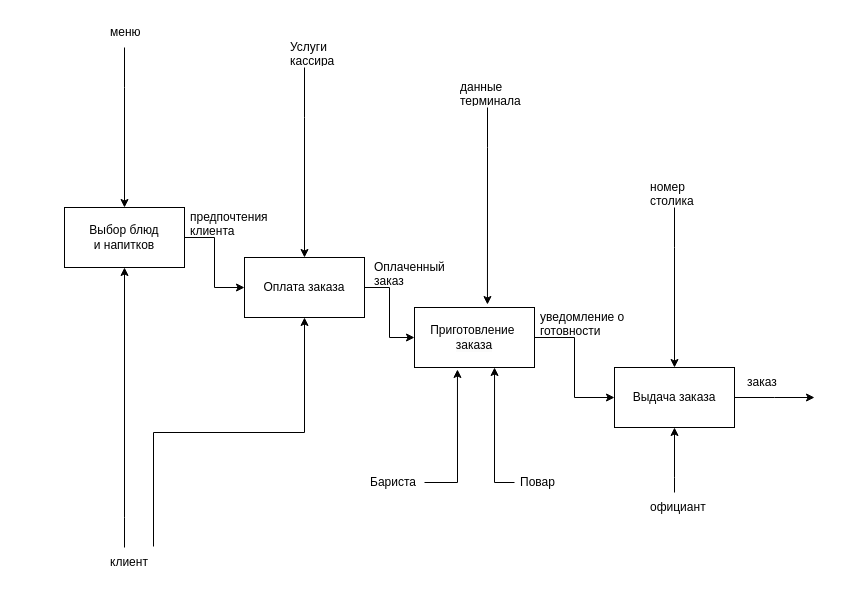
The draw.io diagram coffee_idef0.drawio in o0David0o/idef0, before the edit. Source tidied: cells renumbered, new cells numbered last; positions are measured from the earlier drawing's top-left corner, leaving out a move shared by most shapes. Both pictures are drawn from the tidied source at 100%, with x=0, y=0 at pixel (64, 17).
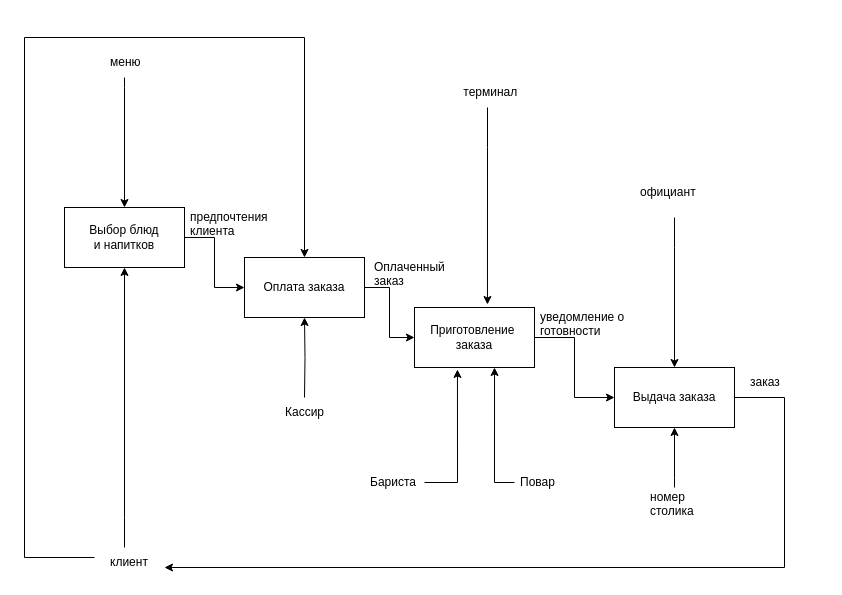
After the change.

Unchanged cells that the change refers to:
```xml
<mxCell id="3" value="Выбор блюд&lt;br&gt;&lt;font&gt;и напитков&lt;/font&gt;" style="rounded=0;whiteSpace=wrap;html=1;" parent="1" vertex="1">
  <mxGeometry y="190" width="120" height="60" as="geometry" />
</mxCell>
<mxCell id="6" value="клиент" style="text;strokeColor=none;fillColor=none;align=left;verticalAlign=middle;spacingLeft=4;spacingRight=4;overflow=hidden;points=[[0,0.5],[1,0.5]];portConstraint=eastwest;whiteSpace=wrap;html=1;" parent="1" vertex="1">
  <mxGeometry x="40" y="530" width="50" height="30" as="geometry" />
</mxCell>
<mxCell id="10" value="Оплата заказа" style="rounded=0;whiteSpace=wrap;html=1;" parent="1" vertex="1">
  <mxGeometry x="180" y="240" width="120" height="60" as="geometry" />
</mxCell>
<mxCell id="15" value="&lt;font&gt;Приготовление&amp;nbsp;&lt;br&gt;&lt;span style=&quot;color: rgb(0, 0, 0); font-family: Helvetica; font-size: 12px; font-style: normal; font-variant-ligatures: normal; font-variant-caps: normal; font-weight: 400; letter-spacing: normal; orphans: 2; text-align: center; text-indent: 0px; text-transform: none; widows: 2; word-spacing: 0px; -webkit-text-stroke-width: 0px; background-color: rgb(251, 251, 251); text-decoration-thickness: initial; text-decoration-style: initial; text-decoration-color: initial; float: none; display: inline !important;&quot;&gt;заказа&lt;/span&gt;&lt;/font&gt;" style="rounded=0;whiteSpace=wrap;html=1;" parent="1" vertex="1">
  <mxGeometry x="350" y="290" width="120" height="60" as="geometry" />
</mxCell>
<mxCell id="24" value="Выдача заказа" style="rounded=0;whiteSpace=wrap;html=1;" parent="1" vertex="1">
  <mxGeometry x="550" y="350" width="120" height="60" as="geometry" />
</mxCell>
```

Change to the diagram source:
```diff
@@
-    <mxCell id="4" style="edgeStyle=orthogonalEdgeStyle;rounded=0;jettySize=auto;html=1;entryX=0.5;entryY=1;entryDx=0;entryDy=0;" parent="1" edge="1" target="3">
-      <mxGeometry relative="1" as="geometry">
-        <mxPoint x="60" y="530" as="sourcePoint" />
-        <Array as="points">
-          <mxPoint x="60" y="500" />
-          <mxPoint x="60" y="500" />
-        </Array>
-      </mxGeometry>
-    </mxCell>
-    <mxCell id="5" style="edgeStyle=orthogonalEdgeStyle;rounded=0;jettySize=auto;html=1;entryX=0.5;entryY=1;entryDx=0;entryDy=0;exitX=0.98;exitY=-0.033;exitDx=0;exitDy=0;exitPerimeter=0;" parent="1" edge="1" source="6" target="10">
-      <mxGeometry relative="1" as="geometry" />
-    </mxCell>
+    <mxCell id="31" style="edgeStyle=orthogonalEdgeStyle;rounded=0;jettySize=auto;html=1;entryX=0.5;entryY=1;entryDx=0;entryDy=0;" parent="1" edge="1" target="3">
+      <mxGeometry relative="1" as="geometry">
+        <mxPoint x="60" y="530" as="sourcePoint" />
+        <Array as="points">
+          <mxPoint x="60" y="500" />
+          <mxPoint x="60" y="500" />
+        </Array>
+      </mxGeometry>
+    </mxCell>
+    <mxCell id="32" style="edgeStyle=orthogonalEdgeStyle;rounded=0;jettySize=auto;html=1;entryX=0.5;entryY=1;entryDx=0;entryDy=0;" parent="1" edge="1" target="10">
+      <mxGeometry relative="1" as="geometry">
+        <mxPoint x="240" y="380" as="sourcePoint" />
+      </mxGeometry>
+    </mxCell>
@@
-    <mxCell id="7" style="edgeStyle=orthogonalEdgeStyle;rounded=0;jettySize=auto;html=1;entryX=0.5;entryY=0;entryDx=0;entryDy=0;" parent="1" edge="1" source="8" target="3">
-      <mxGeometry relative="1" as="geometry">
-        <Array as="points">
-          <mxPoint x="60" y="70" />
-          <mxPoint x="60" y="70" />
-        </Array>
-      </mxGeometry>
-    </mxCell>
+    <mxCell id="33" style="edgeStyle=orthogonalEdgeStyle;rounded=0;jettySize=auto;html=1;entryX=0.5;entryY=0;entryDx=0;entryDy=0;" parent="1" edge="1" target="3">
+      <mxGeometry relative="1" as="geometry">
+        <mxPoint x="60" y="60" as="sourcePoint" />
+        <Array as="points">
+          <mxPoint x="60" y="70" />
+          <mxPoint x="60" y="70" />
+        </Array>
+      </mxGeometry>
+    </mxCell>
     <mxCell id="8" value="меню" style="text;strokeColor=none;fillColor=none;align=left;verticalAlign=middle;spacingLeft=4;spacingRight=4;overflow=hidden;points=[[0,0.5],[1,0.5]];portConstraint=eastwest;whiteSpace=wrap;html=1;" parent="1" vertex="1">
-      <mxGeometry x="40" width="80" height="30" as="geometry" />
+      <mxGeometry x="40" y="30" width="80" height="30" as="geometry" />
     </mxCell>
@@
-    <mxCell id="12" style="edgeStyle=orthogonalEdgeStyle;rounded=0;jettySize=auto;html=1;" parent="1" edge="1" source="13" target="10">
-      <mxGeometry relative="1" as="geometry">
-        <Array as="points">
-          <mxPoint x="240" y="100" />
-          <mxPoint x="240" y="100" />
-        </Array>
-      </mxGeometry>
-    </mxCell>
-    <mxCell id="13" value="Услуги кассира" style="text;strokeColor=none;fillColor=none;align=left;verticalAlign=middle;spacingLeft=4;spacingRight=4;overflow=hidden;points=[[0,0.5],[1,0.5]];portConstraint=eastwest;whiteSpace=wrap;html=1;" parent="1" vertex="1">
-      <mxGeometry x="220" y="20" width="80" height="30" as="geometry" />
-    </mxCell>
+    <mxCell id="34" style="edgeStyle=orthogonalEdgeStyle;rounded=0;jettySize=auto;html=1;" parent="1" edge="1" target="10">
+      <mxGeometry relative="1" as="geometry">
+        <mxPoint x="30" y="540" as="sourcePoint" />
+        <Array as="points">
+          <mxPoint x="-40" y="540" />
+          <mxPoint x="-40" y="20" />
+          <mxPoint x="240" y="20" />
+        </Array>
+      </mxGeometry>
+    </mxCell>
@@
-    <mxCell id="21" style="edgeStyle=orthogonalEdgeStyle;rounded=0;jettySize=auto;html=1;entryX=0.608;entryY=-0.05;entryDx=0;entryDy=0;entryPerimeter=0;" parent="1" edge="1" source="22" target="15">
-      <mxGeometry relative="1" as="geometry">
-        <Array as="points">
-          <mxPoint x="423" y="130" />
-          <mxPoint x="423" y="130" />
-        </Array>
-      </mxGeometry>
-    </mxCell>
-    <mxCell id="22" value="данные терминала" style="text;strokeColor=none;fillColor=none;align=left;verticalAlign=middle;spacingLeft=4;spacingRight=4;overflow=hidden;points=[[0,0.5],[1,0.5]];portConstraint=eastwest;whiteSpace=wrap;html=1;" parent="1" vertex="1">
-      <mxGeometry x="390" y="60" width="80" height="30" as="geometry" />
-    </mxCell>
-    <mxCell id="23" style="edgeStyle=orthogonalEdgeStyle;rounded=0;jettySize=auto;html=1;" parent="1" edge="1" source="24">
-      <mxGeometry relative="1" as="geometry">
-        <mxPoint x="750" y="380" as="targetPoint" />
-      </mxGeometry>
-    </mxCell>
+    <mxCell id="35" style="edgeStyle=orthogonalEdgeStyle;rounded=0;jettySize=auto;html=1;entryX=0.608;entryY=-0.05;entryDx=0;entryDy=0;entryPerimeter=0;" parent="1" edge="1" source="36" target="15">
+      <mxGeometry relative="1" as="geometry">
+        <Array as="points">
+          <mxPoint x="423" y="130" />
+          <mxPoint x="423" y="130" />
+        </Array>
+      </mxGeometry>
+    </mxCell>
+    <mxCell id="36" value="&amp;nbsp;терминал" style="text;strokeColor=none;fillColor=none;align=left;verticalAlign=middle;spacingLeft=4;spacingRight=4;overflow=hidden;points=[[0,0.5],[1,0.5]];portConstraint=eastwest;whiteSpace=wrap;html=1;" parent="1" vertex="1">
+      <mxGeometry x="390" y="60" width="80" height="30" as="geometry" />
+    </mxCell>
+    <mxCell id="37" style="edgeStyle=orthogonalEdgeStyle;rounded=0;jettySize=auto;html=1;" parent="1" edge="1" source="24">
+      <mxGeometry relative="1" as="geometry">
+        <mxPoint x="100" y="550" as="targetPoint" />
+        <Array as="points">
+          <mxPoint x="720" y="380" />
+          <mxPoint x="720" y="550" />
+        </Array>
+      </mxGeometry>
+    </mxCell>
@@
-    <mxCell id="26" style="edgeStyle=orthogonalEdgeStyle;rounded=0;jettySize=auto;html=1;entryX=0.5;entryY=1;entryDx=0;entryDy=0;" parent="1" edge="1" source="27" target="24">
-      <mxGeometry relative="1" as="geometry">
-        <Array as="points">
-          <mxPoint x="610" y="460" />
-          <mxPoint x="610" y="460" />
-        </Array>
-      </mxGeometry>
-    </mxCell>
+    <mxCell id="38" style="edgeStyle=orthogonalEdgeStyle;rounded=0;jettySize=auto;html=1;entryX=0.5;entryY=1;entryDx=0;entryDy=0;" parent="1" edge="1" target="24">
+      <mxGeometry relative="1" as="geometry">
+        <mxPoint x="610" y="470" as="sourcePoint" />
+        <Array as="points">
+          <mxPoint x="610" y="460" />
+        </Array>
+      </mxGeometry>
+    </mxCell>
     <mxCell id="27" value="официант" style="text;strokeColor=none;fillColor=none;align=left;verticalAlign=middle;spacingLeft=4;spacingRight=4;overflow=hidden;points=[[0,0.5],[1,0.5]];portConstraint=eastwest;whiteSpace=wrap;html=1;" parent="1" vertex="1">
-      <mxGeometry x="580" y="475" width="80" height="30" as="geometry" />
+      <mxGeometry x="570" y="160" width="80" height="30" as="geometry" />
     </mxCell>
-    <mxCell id="28" style="edgeStyle=orthogonalEdgeStyle;rounded=0;jettySize=auto;html=1;entryX=0.5;entryY=0;entryDx=0;entryDy=0;" parent="1" edge="1" source="29" target="24">
-      <mxGeometry relative="1" as="geometry">
-        <Array as="points">
-          <mxPoint x="610" y="230" />
-          <mxPoint x="610" y="230" />
-        </Array>
-      </mxGeometry>
-    </mxCell>
+    <mxCell id="39" style="edgeStyle=orthogonalEdgeStyle;rounded=0;jettySize=auto;html=1;entryX=0.5;entryY=0;entryDx=0;entryDy=0;" parent="1" edge="1" target="24">
+      <mxGeometry relative="1" as="geometry">
+        <mxPoint x="610" y="200" as="sourcePoint" />
+        <Array as="points">
+          <mxPoint x="610" y="230" />
+          <mxPoint x="610" y="230" />
+        </Array>
+      </mxGeometry>
+    </mxCell>
     <mxCell id="29" value="номер столика" style="text;strokeColor=none;fillColor=none;align=left;verticalAlign=middle;spacingLeft=4;spacingRight=4;overflow=hidden;points=[[0,0.5],[1,0.5]];portConstraint=eastwest;whiteSpace=wrap;html=1;" parent="1" vertex="1">
-      <mxGeometry x="580" y="160" width="80" height="30" as="geometry" />
+      <mxGeometry x="580" y="470" width="80" height="30" as="geometry" />
     </mxCell>
     <mxCell id="30" value="заказ" style="text;strokeColor=none;fillColor=none;align=left;verticalAlign=middle;spacingLeft=4;spacingRight=4;overflow=hidden;whiteSpace=wrap;html=1;" parent="1" vertex="1">
-      <mxGeometry x="677" y="350" width="80" height="30" as="geometry" />
+      <mxGeometry x="680" y="350" width="80" height="30" as="geometry" />
     </mxCell>
+    <mxCell id="40" value="Кассир" style="text;html=1;align=center;verticalAlign=middle;strokeColor=none;fillColor=none;rotation=0;" parent="1" vertex="1">
+      <mxGeometry x="210" y="380" width="60" height="30" as="geometry" />
+    </mxCell>
```
